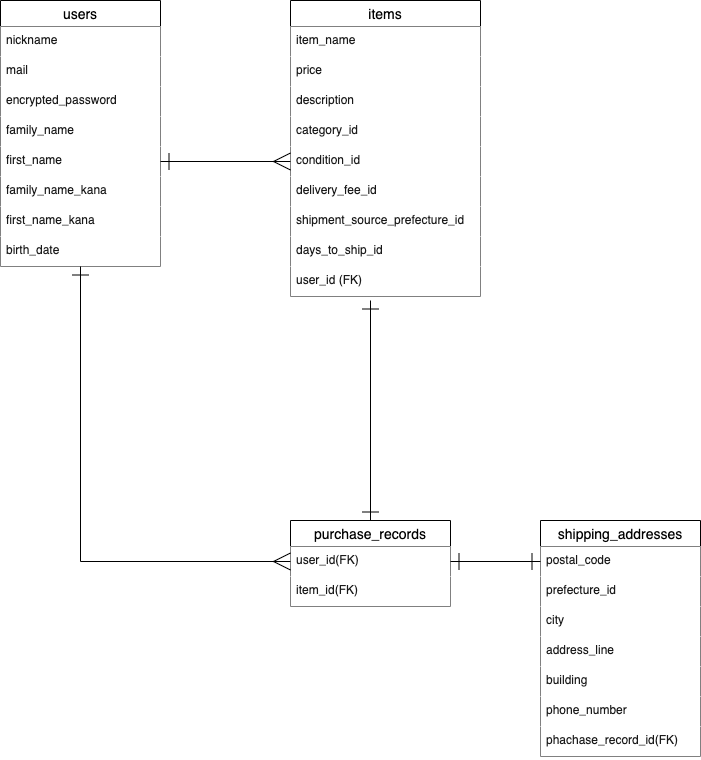
Earlier version of the draw.io export .drawio.png (tarotakano9/furima-29619). Source tidied: cells renumbered, new cells last; positions are measured from the earlier drawing's top-left corner, leaving out a move shared by most shapes.
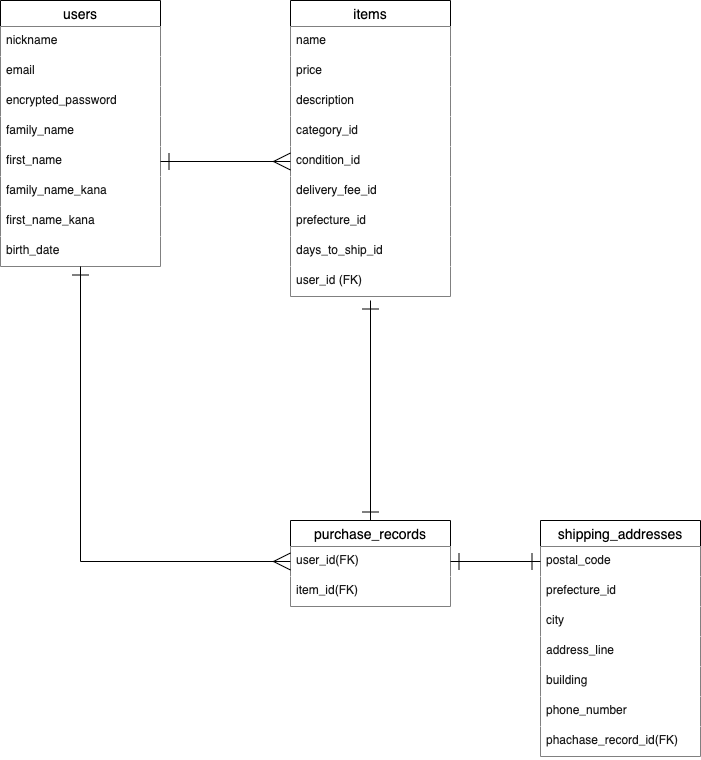
Above is the later version.

Commit message:
READMEとER図の修正2

Change to the diagram source:
```diff
@@ -8,7 +8,7 @@
     <mxCell id="3" value="nickname" style="text;strokeColor=none;fillColor=#FFFFFF;spacingLeft=4;spacingRight=4;overflow=hidden;fontSize=12;fontColor=#1A1A1A;" parent="2" vertex="1">
       <mxGeometry y="26" width="160" height="30" as="geometry" />
     </mxCell>
-    <mxCell id="4" value="mail" style="text;strokeColor=none;fillColor=#FFFFFF;spacingLeft=4;spacingRight=4;overflow=hidden;fontSize=12;fontColor=#1A1A1A;" parent="2" vertex="1">
+    <mxCell id="4" value="email" style="text;strokeColor=none;fillColor=#FFFFFF;spacingLeft=4;spacingRight=4;overflow=hidden;fontSize=12;fontColor=#1A1A1A;" parent="2" vertex="1">
       <mxGeometry y="56" width="160" height="30" as="geometry" />
     </mxCell>
     <mxCell id="5" value="encrypted_password" style="text;strokeColor=none;fillColor=#FFFFFF;spacingLeft=4;spacingRight=4;overflow=hidden;fontSize=12;fontColor=#1A1A1A;" parent="2" vertex="1">
@@ -30,34 +30,34 @@
       <mxGeometry y="236" width="160" height="30" as="geometry" />
     </mxCell>
     <mxCell id="11" value="items" style="swimlane;fontStyle=0;horizontal=1;startSize=26;align=center;fontSize=14;" parent="1" vertex="1">
-      <mxGeometry x="290" width="190" height="296" as="geometry" />
+      <mxGeometry x="290" width="160" height="296" as="geometry" />
     </mxCell>
-    <mxCell id="12" value="item_name" style="text;strokeColor=none;fillColor=#FFFFFF;spacingLeft=4;spacingRight=4;overflow=hidden;fontSize=12;fontColor=#1A1A1A;" parent="11" vertex="1">
-      <mxGeometry y="26" width="190" height="30" as="geometry" />
+    <mxCell id="12" value="name" style="text;strokeColor=none;fillColor=#FFFFFF;spacingLeft=4;spacingRight=4;overflow=hidden;fontSize=12;fontColor=#1A1A1A;" parent="11" vertex="1">
+      <mxGeometry y="26" width="160" height="30" as="geometry" />
     </mxCell>
     <mxCell id="13" value="price" style="text;strokeColor=none;fillColor=#FFFFFF;spacingLeft=4;spacingRight=4;overflow=hidden;fontSize=12;fontColor=#1A1A1A;" parent="11" vertex="1">
-      <mxGeometry y="56" width="190" height="30" as="geometry" />
+      <mxGeometry y="56" width="160" height="30" as="geometry" />
     </mxCell>
     <mxCell id="14" value="description" style="text;strokeColor=none;fillColor=#FFFFFF;spacingLeft=4;spacingRight=4;overflow=hidden;fontSize=12;fontColor=#1A1A1A;" parent="11" vertex="1">
-      <mxGeometry y="86" width="190" height="30" as="geometry" />
+      <mxGeometry y="86" width="160" height="30" as="geometry" />
     </mxCell>
     <mxCell id="15" value="category_id" style="text;strokeColor=none;fillColor=#FFFFFF;spacingLeft=4;spacingRight=4;overflow=hidden;fontSize=12;fontColor=#1A1A1A;" parent="11" vertex="1">
-      <mxGeometry y="116" width="190" height="30" as="geometry" />
+      <mxGeometry y="116" width="160" height="30" as="geometry" />
     </mxCell>
     <mxCell id="16" value="condition_id" style="text;strokeColor=none;fillColor=#FFFFFF;spacingLeft=4;spacingRight=4;overflow=hidden;points=[[0,0.5],[1,0.5]];portConstraint=eastwest;fontSize=12;fontColor=#1A1A1A;" parent="11" vertex="1">
-      <mxGeometry y="146" width="190" height="30" as="geometry" />
+      <mxGeometry y="146" width="160" height="30" as="geometry" />
     </mxCell>
     <mxCell id="17" value="delivery_fee_id" style="text;strokeColor=none;fillColor=#FFFFFF;spacingLeft=4;spacingRight=4;overflow=hidden;fontSize=12;fontColor=#1A1A1A;" parent="11" vertex="1">
-      <mxGeometry y="176" width="190" height="30" as="geometry" />
+      <mxGeometry y="176" width="160" height="30" as="geometry" />
     </mxCell>
-    <mxCell id="18" value="shipment_source_prefecture_id" style="text;strokeColor=none;fillColor=#FFFFFF;spacingLeft=4;spacingRight=4;overflow=hidden;fontSize=12;fontColor=#1A1A1A;" parent="11" vertex="1">
-      <mxGeometry y="206" width="190" height="30" as="geometry" />
+    <mxCell id="18" value="prefecture_id" style="text;strokeColor=none;fillColor=#FFFFFF;spacingLeft=4;spacingRight=4;overflow=hidden;fontSize=12;fontColor=#1A1A1A;" parent="11" vertex="1">
+      <mxGeometry y="206" width="160" height="30" as="geometry" />
     </mxCell>
     <mxCell id="19" value="days_to_ship_id" style="text;strokeColor=none;fillColor=#FFFFFF;spacingLeft=4;spacingRight=4;overflow=hidden;fontSize=12;fontColor=#1A1A1A;" parent="11" vertex="1">
-      <mxGeometry y="236" width="190" height="30" as="geometry" />
+      <mxGeometry y="236" width="160" height="30" as="geometry" />
     </mxCell>
     <mxCell id="20" value="user_id (FK)" style="text;strokeColor=none;fillColor=#FFFFFF;spacingLeft=4;spacingRight=4;overflow=hidden;fontSize=12;fontColor=#1A1A1A;" parent="11" vertex="1">
-      <mxGeometry y="266" width="190" height="30" as="geometry" />
+      <mxGeometry y="266" width="160" height="30" as="geometry" />
     </mxCell>
     <mxCell id="21" style="edgeStyle=orthogonalEdgeStyle;rounded=0;jettySize=auto;html=1;exitX=0.5;exitY=0;exitDx=0;exitDy=0;endArrow=ERone;endFill=0;startArrow=ERone;startFill=0;endSize=15;startSize=15;fillColor=#FFFFFF;fontColor=#1A1A1A;" parent="1" edge="1" source="22">
       <mxGeometry relative="1" as="geometry">
```
